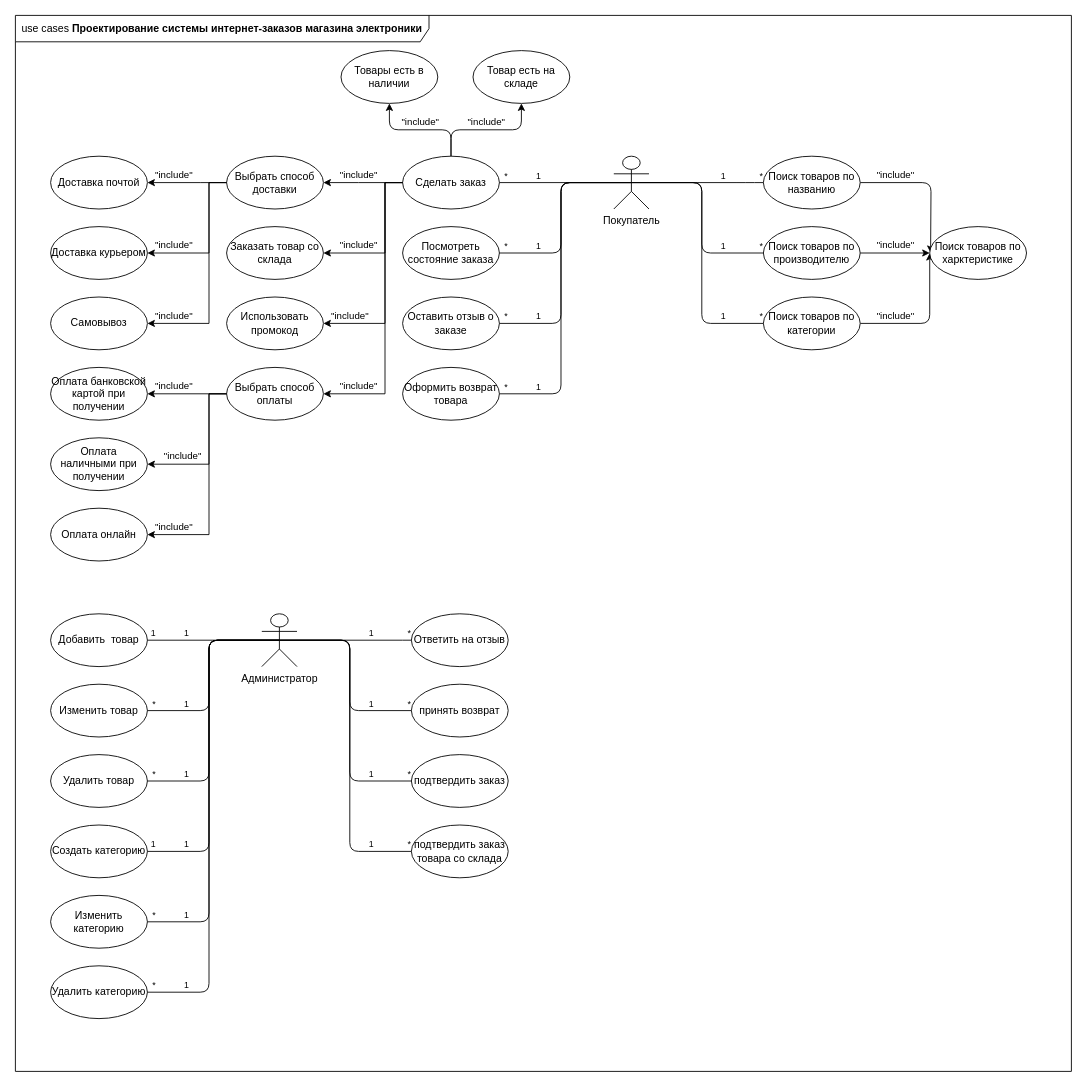
This is use_case.drawio from randomunrandom/MSS, a draw.io file, before an edit. Source tidied: cells renumbered, new cells numbered last; positions are measured from the earlier drawing's top-left corner, leaving out a move shared by most shapes. Both pictures are drawn from the tidied source at 88%, with x=0, y=0 at pixel (15, 15).
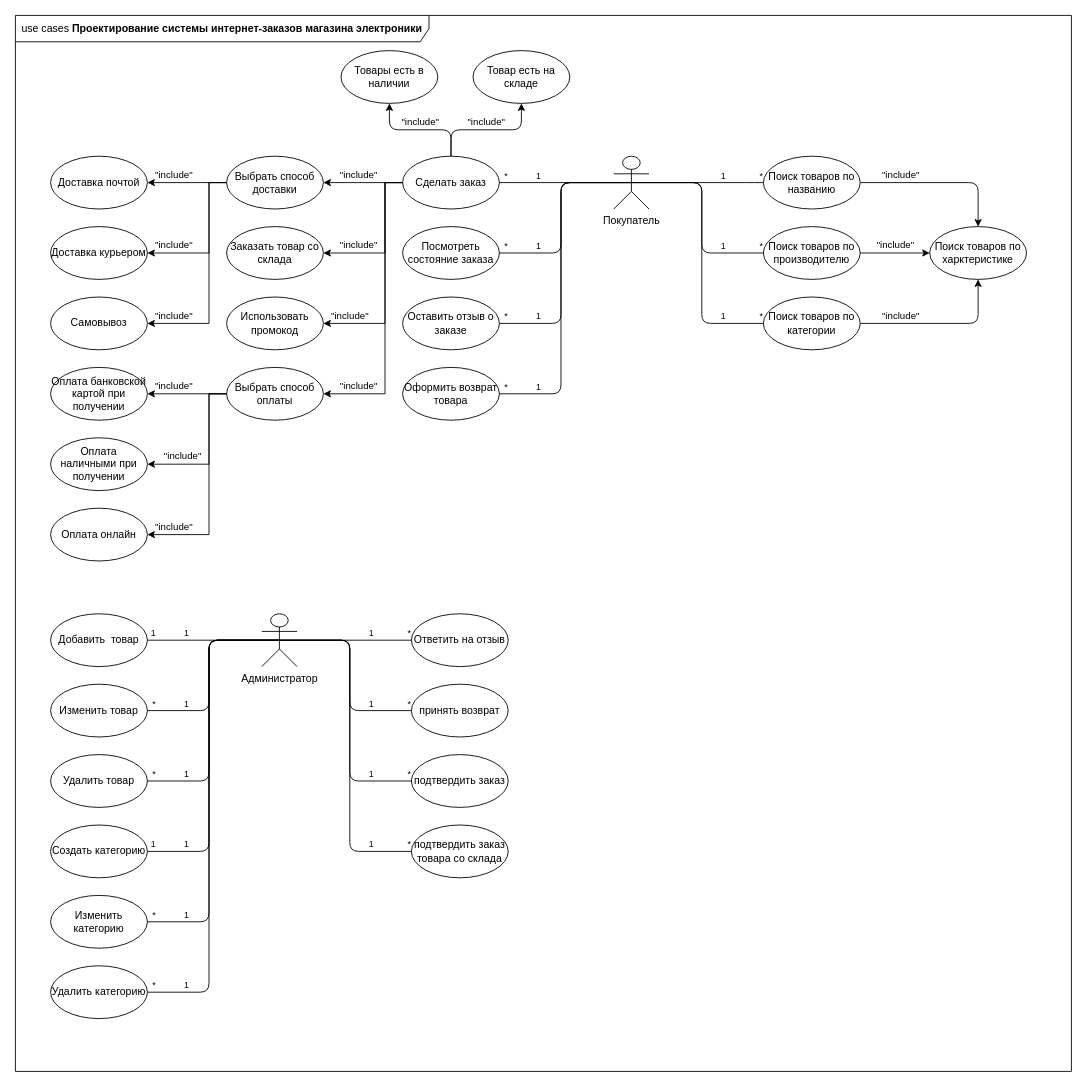
The same page after the edit.

The change refers to these unchanged cells:
```xml
<mxCell id="23" value="Поиск товаров по названию" style="ellipse;whiteSpace=wrap;html=1;fontFamily=Helvetica;fontSize=12;fontColor=#000000;align=center;strokeColor=#000000;fillColor=#ffffff;" parent="1" vertex="1">
  <mxGeometry x="850" y="160" width="110" height="60" as="geometry" />
</mxCell>
<mxCell id="33" value="Поиск товаров по категории" style="ellipse;whiteSpace=wrap;html=1;fontFamily=Helvetica;fontSize=12;fontColor=#000000;align=center;strokeColor=#000000;fillColor=#ffffff;" parent="1" vertex="1">
  <mxGeometry x="850" y="320" width="110" height="60" as="geometry" />
</mxCell>
<mxCell id="59" value="&lt;div&gt;Поиск товаров по харктеристике&lt;/div&gt;" style="ellipse;whiteSpace=wrap;html=1;fontFamily=Helvetica;fontSize=12;fontColor=#000000;align=center;strokeColor=#000000;fillColor=#ffffff;" parent="1" vertex="1">
  <mxGeometry x="1039" y="240" width="110" height="60" as="geometry" />
</mxCell>
```

Change to the diagram source:
```diff
@@
-    <mxCell id="22" value="&quot;include&quot;" style="rounded=1;jettySize=auto;html=1;exitX=1;exitY=0.5;exitDx=0;exitDy=0;align=center;verticalAlign=bottom;edgeStyle=orthogonalEdgeStyle;" parent="1" edge="1" source="23">
-      <mxGeometry x="-0.5" relative="1" as="geometry">
-        <mxPoint x="1040" y="270" as="targetPoint" />
-      </mxGeometry>
+    <mxCell id="22" value="&quot;include&quot;" style="rounded=1;jettySize=auto;html=1;exitX=1;exitY=0.5;exitDx=0;exitDy=0;align=center;verticalAlign=bottom;edgeStyle=orthogonalEdgeStyle;entryX=0.5;entryY=0;entryDx=0;entryDy=0;" parent="1" edge="1" source="23" target="59">
+      <mxGeometry x="-0.5" relative="1" as="geometry" />
     </mxCell>
@@
-    <mxCell id="32" value="&quot;include&quot;" style="rounded=1;jettySize=auto;html=1;exitX=1;exitY=0.5;exitDx=0;exitDy=0;entryX=0;entryY=0.5;entryDx=0;entryDy=0;align=center;verticalAlign=bottom;edgeStyle=orthogonalEdgeStyle;" parent="1" edge="1" source="33" target="59">
+    <mxCell id="32" value="&quot;include&quot;" style="rounded=1;jettySize=auto;html=1;exitX=1;exitY=0.5;exitDx=0;exitDy=0;entryX=0.5;entryY=1;entryDx=0;entryDy=0;align=center;verticalAlign=bottom;edgeStyle=orthogonalEdgeStyle;" parent="1" edge="1" source="33" target="59">
       <mxGeometry x="-0.5" relative="1" as="geometry">
         <Array as="points">
-          <mxPoint x="1039" y="350" />
+          <mxPoint x="1094" y="350" />
         </Array>
       </mxGeometry>
     </mxCell>
```
